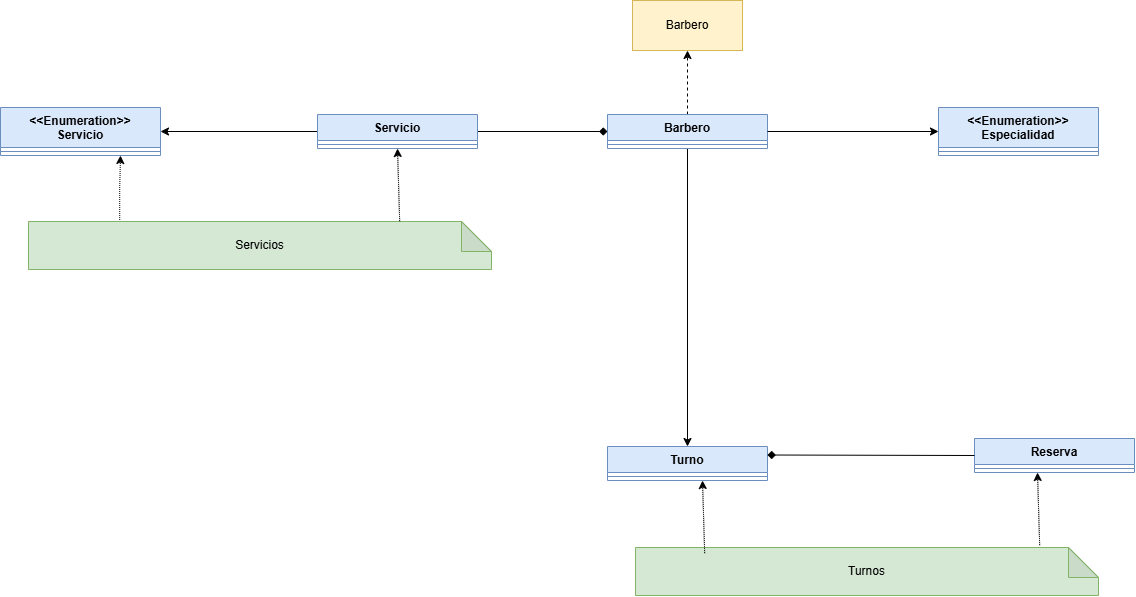
The draw.io diagram docs/images/nosql.png in Sebastian-Granados1456/DOSW_ParcialT2_SebastianGranados, before a commit. Source tidied: cells renumbered, new cells last; positions are measured from the earlier drawing's top-left corner, leaving out a move shared by most shapes.
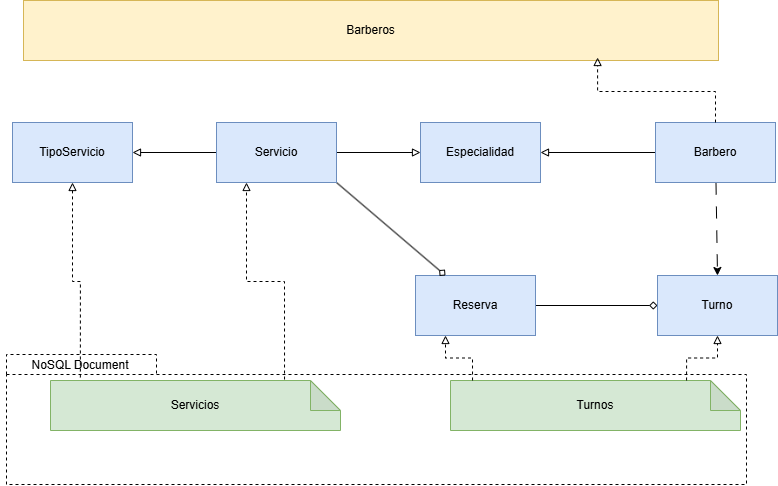
After the change.

Commit message:
feat: Parcial T2 - diagrama de bases noSQL hecho y preguntas teoricas respondidas

Change to the diagram source:
```diff
@@ -2,88 +2,71 @@
   <root>
     <mxCell id="0" />
     <mxCell id="1" parent="0" />
-    <mxCell id="2" style="edgeStyle=orthogonalEdgeStyle;rounded=0;jettySize=auto;html=1;entryX=1;entryY=0.5;entryDx=0;entryDy=0;" parent="1" edge="1" source="4" target="12">
-      <mxGeometry relative="1" as="geometry" />
-    </mxCell>
-    <mxCell id="3" style="edgeStyle=orthogonalEdgeStyle;rounded=0;jettySize=auto;html=1;entryX=0;entryY=0.5;entryDx=0;entryDy=0;startArrow=none;startFill=0;endArrow=diamond;endFill=1;" parent="1" edge="1" source="4" target="8">
-      <mxGeometry relative="1" as="geometry" />
-    </mxCell>
+    <mxCell id="27" value="Barberos" style="rounded=0;whiteSpace=wrap;html=1;fillColor=#fff2cc;strokeColor=#d6b656;" parent="1" vertex="1">
+      <mxGeometry x="340" y="54" width="695" height="60" as="geometry" />
+    </mxCell>
+    <mxCell id="28" style="rounded=0;jettySize=auto;html=1;entryX=0.5;entryY=0;entryDx=0;entryDy=0;dashed=1;dashPattern=12 12;" parent="1" edge="1" source="30" target="10">
+      <mxGeometry relative="1" as="geometry" />
+    </mxCell>
+    <mxCell id="29" style="edgeStyle=orthogonalEdgeStyle;rounded=0;jettySize=auto;html=1;endArrow=block;endFill=0;" parent="1" edge="1" source="30" target="31">
+      <mxGeometry relative="1" as="geometry" />
+    </mxCell>
+    <mxCell id="30" value="Barbero" style="rounded=0;whiteSpace=wrap;html=1;fillColor=#dae8fc;strokeColor=#6c8ebf;" parent="1" vertex="1">
+      <mxGeometry x="972" y="176" width="120" height="60" as="geometry" />
+    </mxCell>
+    <mxCell id="31" value="Especialidad" style="rounded=0;whiteSpace=wrap;html=1;fillColor=#dae8fc;strokeColor=#6c8ebf;" parent="1" vertex="1">
+      <mxGeometry x="737" y="176" width="120" height="60" as="geometry" />
+    </mxCell>
+    <mxCell id="32" value="TipoServicio" style="rounded=0;whiteSpace=wrap;html=1;fillColor=#dae8fc;strokeColor=#6c8ebf;" parent="1" vertex="1">
+      <mxGeometry x="329" y="176" width="120" height="60" as="geometry" />
+    </mxCell>
+    <mxCell id="10" value="Turno" style="rounded=0;whiteSpace=wrap;html=1;fillColor=#dae8fc;strokeColor=#6c8ebf;" parent="1" vertex="1">
+      <mxGeometry x="974" y="329" width="120" height="60" as="geometry" />
+    </mxCell>
+    <mxCell id="33" style="edgeStyle=orthogonalEdgeStyle;rounded=0;jettySize=auto;html=1;endArrow=diamond;endFill=0;" parent="1" edge="1" source="17" target="10">
+      <mxGeometry relative="1" as="geometry" />
+    </mxCell>
+    <mxCell id="17" value="Reserva" style="rounded=0;whiteSpace=wrap;html=1;fillColor=#dae8fc;strokeColor=#6c8ebf;" parent="1" vertex="1">
+      <mxGeometry x="732" y="329" width="120" height="60" as="geometry" />
+    </mxCell>
+    <mxCell id="34" style="edgeStyle=orthogonalEdgeStyle;rounded=0;jettySize=auto;html=1;endArrow=block;endFill=0;" parent="1" edge="1" source="4" target="32">
+      <mxGeometry relative="1" as="geometry" />
+    </mxCell>
+    <mxCell id="35" style="rounded=0;jettySize=auto;html=1;exitX=1;exitY=1;exitDx=0;exitDy=0;entryX=0.25;entryY=0;entryDx=0;entryDy=0;endArrow=diamond;endFill=0;" parent="1" edge="1" source="4" target="17">
+      <mxGeometry relative="1" as="geometry" />
+    </mxCell>
+    <mxCell id="36" style="edgeStyle=orthogonalEdgeStyle;rounded=0;jettySize=auto;html=1;endArrow=block;endFill=0;entryX=0;entryY=0.5;entryDx=0;entryDy=0;" parent="1" edge="1" source="4" target="31">
+      <mxGeometry relative="1" as="geometry" />
+    </mxCell>
-    <mxCell id="4" value="Servicio" style="swimlane;fontStyle=1;align=center;verticalAlign=top;horizontal=1;startSize=26;whiteSpace=wrap;html=1;fillColor=#dae8fc;strokeColor=#6c8ebf;" parent="1" vertex="1">
-      <mxGeometry x="317" y="114" width="160" height="34" as="geometry" />
+    <mxCell id="4" value="Servicio" style="rounded=0;whiteSpace=wrap;html=1;fillColor=#dae8fc;strokeColor=#6c8ebf;" parent="1" vertex="1">
+      <mxGeometry x="533" y="176" width="120" height="60" as="geometry" />
     </mxCell>
-    <mxCell id="5" style="line;strokeWidth=1;fillColor=none;align=left;verticalAlign=middle;spacingTop=-1;spacingLeft=3;spacingRight=3;labelPosition=right;strokeColor=inherit;" parent="4" vertex="1">
-      <mxGeometry y="26" width="160" height="8" as="geometry" />
-    </mxCell>
-    <mxCell id="6" style="edgeStyle=orthogonalEdgeStyle;rounded=0;jettySize=auto;html=1;entryX=0.5;entryY=0;entryDx=0;entryDy=0;" parent="1" edge="1" source="8" target="10">
-      <mxGeometry relative="1" as="geometry" />
-    </mxCell>
-    <mxCell id="7" style="rounded=0;jettySize=auto;html=1;entryX=0.5;entryY=1;entryDx=0;entryDy=0;dashed=1;" parent="1" edge="1" source="8" target="20">
-      <mxGeometry relative="1" as="geometry" />
-    </mxCell>
-    <mxCell id="8" value="Barbero" style="swimlane;fontStyle=1;align=center;verticalAlign=top;horizontal=1;startSize=26;whiteSpace=wrap;html=1;fillColor=#dae8fc;strokeColor=#6c8ebf;" parent="1" vertex="1">
-      <mxGeometry x="607" y="114" width="160" height="34" as="geometry" />
-    </mxCell>
-    <mxCell id="9" style="line;strokeWidth=1;fillColor=none;align=left;verticalAlign=middle;spacingTop=-1;spacingLeft=3;spacingRight=3;labelPosition=right;strokeColor=inherit;" parent="8" vertex="1">
-      <mxGeometry y="26" width="160" height="8" as="geometry" />
-    </mxCell>
-    <mxCell id="10" value="Turno" style="swimlane;fontStyle=1;align=center;verticalAlign=top;horizontal=1;startSize=26;whiteSpace=wrap;html=1;fillColor=#dae8fc;strokeColor=#6c8ebf;" parent="1" vertex="1">
-      <mxGeometry x="607" y="446" width="160" height="34" as="geometry" />
-    </mxCell>
-    <mxCell id="11" style="line;strokeWidth=1;fillColor=none;align=left;verticalAlign=middle;spacingTop=-1;spacingLeft=3;spacingRight=3;labelPosition=right;strokeColor=inherit;" parent="10" vertex="1">
-      <mxGeometry y="26" width="160" height="8" as="geometry" />
-    </mxCell>
-    <mxCell id="12" value="&lt;div&gt;&amp;lt;&amp;lt;Enumeration&amp;gt;&amp;gt;&lt;/div&gt;Servicio" style="swimlane;fontStyle=1;align=center;verticalAlign=top;horizontal=1;startSize=40;whiteSpace=wrap;html=1;fillColor=#dae8fc;strokeColor=#6c8ebf;" parent="1" vertex="1">
-      <mxGeometry y="107" width="160" height="48" as="geometry" />
-    </mxCell>
-    <mxCell id="13" style="line;strokeWidth=1;fillColor=none;align=left;verticalAlign=middle;spacingTop=-1;spacingLeft=3;spacingRight=3;labelPosition=right;strokeColor=inherit;" parent="12" vertex="1">
-      <mxGeometry y="40" width="160" height="8" as="geometry" />
-    </mxCell>
-    <mxCell id="14" value="&lt;div&gt;&amp;lt;&amp;lt;Enumeration&amp;gt;&amp;gt;&lt;/div&gt;Especialidad" style="swimlane;fontStyle=1;align=center;verticalAlign=top;horizontal=1;startSize=40;whiteSpace=wrap;html=1;fillColor=#dae8fc;strokeColor=#6c8ebf;" parent="1" vertex="1">
-      <mxGeometry x="938" y="107" width="160" height="48" as="geometry" />
-    </mxCell>
-    <mxCell id="15" style="line;strokeWidth=1;fillColor=none;align=left;verticalAlign=middle;spacingTop=-1;spacingLeft=3;spacingRight=3;labelPosition=right;strokeColor=inherit;" parent="14" vertex="1">
-      <mxGeometry y="40" width="160" height="8" as="geometry" />
-    </mxCell>
-    <mxCell id="16" style="edgeStyle=orthogonalEdgeStyle;rounded=0;jettySize=auto;html=1;entryX=0;entryY=0.5;entryDx=0;entryDy=0;" parent="1" edge="1" source="8" target="14">
-      <mxGeometry x="-0.16" relative="1" as="geometry" />
-    </mxCell>
-    <mxCell id="17" value="Reserva" style="swimlane;fontStyle=1;align=center;verticalAlign=top;horizontal=1;startSize=26;whiteSpace=wrap;html=1;fillColor=#dae8fc;strokeColor=#6c8ebf;" parent="1" vertex="1">
-      <mxGeometry x="974" y="438" width="160" height="34" as="geometry" />
-    </mxCell>
-    <mxCell id="18" style="line;strokeWidth=1;fillColor=none;align=left;verticalAlign=middle;spacingTop=-1;spacingLeft=3;spacingRight=3;labelPosition=right;strokeColor=inherit;" parent="17" vertex="1">
-      <mxGeometry y="26" width="160" height="8" as="geometry" />
-    </mxCell>
-    <mxCell id="19" style="endArrow=none;html=1;rounded=0;exitX=1;exitY=0.25;exitDx=0;exitDy=0;startArrow=diamond;startFill=1;entryX=0;entryY=0.5;entryDx=0;entryDy=0;" parent="1" edge="1" source="10" target="17">
-      <mxGeometry relative="1" as="geometry" />
-    </mxCell>
-    <mxCell id="20" value="Barbero" style="html=1;whiteSpace=wrap;fillColor=#fff2cc;strokeColor=#d6b656;" parent="1" vertex="1">
-      <mxGeometry x="632" width="110" height="50" as="geometry" />
-    </mxCell>
+    <mxCell id="37" style="edgeStyle=orthogonalEdgeStyle;rounded=0;jettySize=auto;html=1;entryX=0.5;entryY=1;entryDx=0;entryDy=0;exitX=0.103;exitY=0.06;exitDx=0;exitDy=0;exitPerimeter=0;endArrow=block;endFill=0;dashed=1;" parent="1" edge="1" source="23" target="32">
+      <mxGeometry relative="1" as="geometry" />
+    </mxCell>
+    <mxCell id="23" value="Servicios" style="shape=note;whiteSpace=wrap;html=1;backgroundOutline=1;darkOpacity=0.05;fillColor=#d5e8d4;strokeColor=#82b366;" parent="1" vertex="1">
+      <mxGeometry x="367" y="434" width="290" height="50" as="geometry" />
+    </mxCell>
     <mxCell id="21" value="Turnos" style="shape=note;whiteSpace=wrap;html=1;backgroundOutline=1;darkOpacity=0.05;fillColor=#d5e8d4;strokeColor=#82b366;" parent="1" vertex="1">
-      <mxGeometry x="635" y="547" width="463" height="48" as="geometry" />
+      <mxGeometry x="767" y="434" width="290" height="50" as="geometry" />
     </mxCell>
-    <mxCell id="22" style="edgeStyle=orthogonalEdgeStyle;rounded=0;jettySize=auto;html=1;entryX=0.75;entryY=1;entryDx=0;entryDy=0;dashed=1;dashPattern=1 1;exitX=0.197;exitY=0.01;exitDx=0;exitDy=0;exitPerimeter=0;" parent="1" edge="1" source="23" target="12">
-      <mxGeometry relative="1" as="geometry" />
-    </mxCell>
-    <mxCell id="23" value="Servicios" style="shape=note;whiteSpace=wrap;html=1;backgroundOutline=1;darkOpacity=0.05;fillColor=#d5e8d4;strokeColor=#82b366;" parent="1" vertex="1">
-      <mxGeometry x="28" y="221" width="463" height="48" as="geometry" />
-    </mxCell>
-    <mxCell id="24" style="endArrow=classic;html=1;rounded=0;entryX=0.5;entryY=1;entryDx=0;entryDy=0;dashed=1;dashPattern=1 1;" parent="1" edge="1" target="4">
-      <mxGeometry relative="1" as="geometry">
-        <mxPoint x="399.2" y="220.7" as="sourcePoint" />
-      </mxGeometry>
-    </mxCell>
-    <mxCell id="25" style="endArrow=classic;html=1;rounded=0;entryX=0.5;entryY=1;entryDx=0;entryDy=0;dashed=1;dashPattern=1 1;" parent="1" edge="1">
-      <mxGeometry relative="1" as="geometry">
-        <mxPoint x="704.2" y="552.7" as="sourcePoint" />
-        <mxPoint x="702" y="480" as="targetPoint" />
-      </mxGeometry>
-    </mxCell>
-    <mxCell id="26" style="endArrow=classic;html=1;rounded=0;entryX=0.5;entryY=1;entryDx=0;entryDy=0;dashed=1;dashPattern=1 1;" parent="1" edge="1">
-      <mxGeometry relative="1" as="geometry">
-        <mxPoint x="1039.2" y="544.7" as="sourcePoint" />
-        <mxPoint x="1037" y="472" as="targetPoint" />
-      </mxGeometry>
-    </mxCell>
+    <mxCell id="38" style="edgeStyle=orthogonalEdgeStyle;rounded=0;jettySize=auto;html=1;entryX=0.25;entryY=1;entryDx=0;entryDy=0;exitX=0.807;exitY=-0.02;exitDx=0;exitDy=0;exitPerimeter=0;dashed=1;endArrow=block;endFill=0;" parent="1" edge="1" source="23" target="4">
+      <mxGeometry x="-0.3" relative="1" as="geometry" />
+    </mxCell>
+    <mxCell id="39" style="edgeStyle=orthogonalEdgeStyle;rounded=0;jettySize=auto;html=1;entryX=0.826;entryY=0.95;entryDx=0;entryDy=0;dashed=1;endArrow=block;endFill=0;entryPerimeter=0;exitX=0.5;exitY=0;exitDx=0;exitDy=0;" parent="1" edge="1" source="30" target="27">
+      <mxGeometry x="-0.59" relative="1" as="geometry" />
+    </mxCell>
+    <mxCell id="40" style="edgeStyle=orthogonalEdgeStyle;rounded=0;jettySize=auto;html=1;entryX=0.5;entryY=1;entryDx=0;entryDy=0;exitX=0.814;exitY=0;exitDx=0;exitDy=0;exitPerimeter=0;dashed=1;endArrow=block;endFill=0;" parent="1" edge="1" source="21" target="10">
+      <mxGeometry x="-0.62" relative="1" as="geometry" />
+    </mxCell>
+    <mxCell id="41" style="edgeStyle=orthogonalEdgeStyle;rounded=0;jettySize=auto;html=1;entryX=0.25;entryY=1;entryDx=0;entryDy=0;dashed=1;endArrow=block;endFill=0;exitX=0.076;exitY=0;exitDx=0;exitDy=0;exitPerimeter=0;" parent="1" edge="1" source="21" target="17">
+      <mxGeometry x="-0.62" relative="1" as="geometry" />
+    </mxCell>
+    <mxCell id="42" style="shape=folder;fontStyle=1;spacingTop=10;tabWidth=150;tabHeight=20;tabPosition=left;html=1;whiteSpace=wrap;dashed=1;fillColor=none;" parent="1" vertex="1">
+      <mxGeometry x="323" y="408" width="740" height="130" as="geometry" />
+    </mxCell>
+    <mxCell id="43" value="NoSQL Document" style="text;html=1;whiteSpace=wrap;strokeColor=none;fillColor=none;align=center;verticalAlign=middle;rounded=0;" parent="1" vertex="1">
+      <mxGeometry x="317" y="404" width="160" height="30" as="geometry" />
+    </mxCell>
   </root>
 </mxGraphModel>
```
